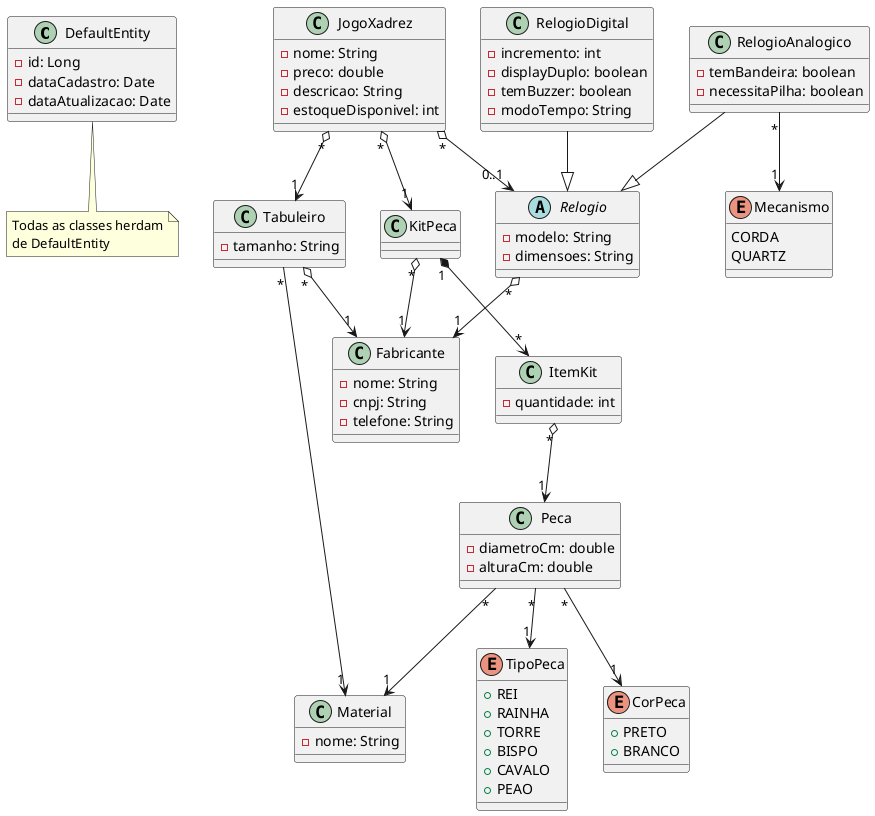
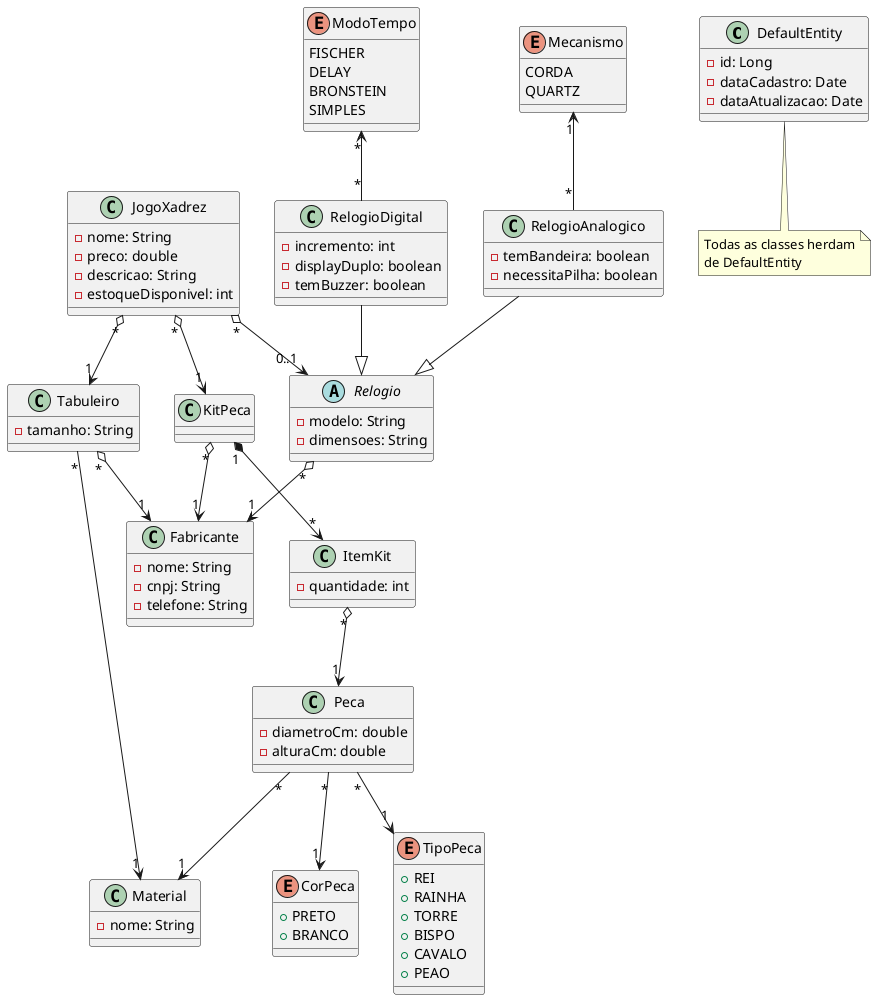
@startuml DiagramaDeClasses

class DefaultEntity{
    -id: Long
    -dataCadastro: Date
    -dataAtualizacao: Date
}
note bottom of DefaultEntity
  Todas as classes herdam
  de DefaultEntity
end note



enum CorPeca {
    +PRETO
    +BRANCO
}

class Material {
    -nome: String
}

class Peca {
    -diametroCm: double
    -alturaCm: double
}

enum TipoPeca {
    +REI
    +RAINHA
    +TORRE
    +BISPO
    +CAVALO
    +PEAO
}

class Tabuleiro {
    -tamanho: String
}

abstract class Relogio {
    -modelo: String
    -dimensoes: String
}

class RelogioDigital {
    -incremento: int
    -displayDuplo: boolean
    -temBuzzer: boolean
-     -modoTempo: String
+ }
+ enum ModoTempo{
+     FISCHER
+     DELAY
+     BRONSTEIN
+     SIMPLES
}

class RelogioAnalogico {
    -temBandeira: boolean
    -necessitaPilha: boolean
}
enum Mecanismo{
    CORDA
    QUARTZ
}

class JogoXadrez{
    -nome: String
    -preco: double
    -descricao: String
    -estoqueDisponivel: int
}

class KitPeca {
}

class Fabricante {
    -nome: String
    -cnpj: String
    -telefone: String
}

class ItemKit {
    -quantidade: int
}

'---------------- HERANCA ----------------
RelogioDigital --|> Relogio
RelogioAnalogico --|> Relogio




'---------------- COMPOSICAO ----------------

KitPeca "1" *--> "*" ItemKit


'---------------- AGREGACAO ----------------
ItemKit "*" o--> "1" Peca
JogoXadrez"*" o--> "1" Tabuleiro
JogoXadrez "*" o--> "1" KitPeca
JogoXadrez "*" o--> "0..1" Relogio

'---------------- ASSOCIACAO ----------------
Relogio "*" o--> "1" Fabricante
Tabuleiro "*" --> "1" Material
Peca "*" --> "1" Material
Peca "*" --> "1" TipoPeca
Peca "*" --> "1" CorPeca
- RelogioAnalogico "*" --> "1" Mecanismo
+ RelogioDigital "*" --up> "*" ModoTempo
+ RelogioAnalogico "*" --up> "1" Mecanismo
KitPeca "*" o--> "1" Fabricante
Tabuleiro "*" o--> "1" Fabricante

@enduml
